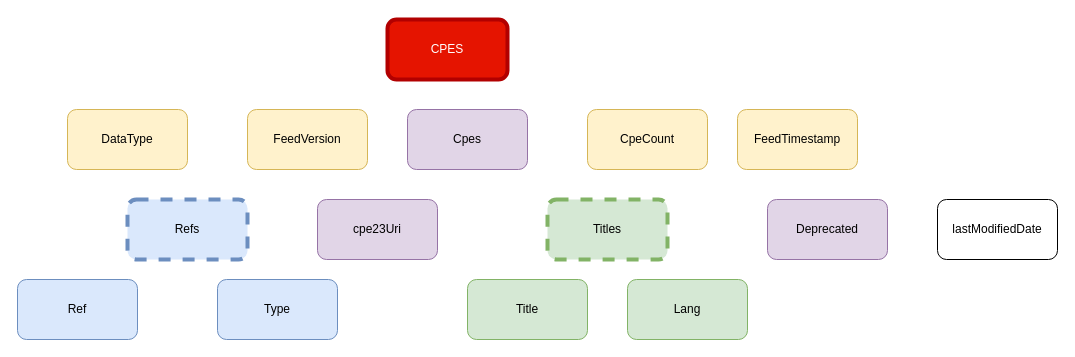
This is CPES_def.drawio from ivantorrejon98/TFM--IVAN-TORREJON-2022-2023, a draw.io file, before an edit. Source tidied: cells renumbered, new cells numbered last; positions are measured from the earlier drawing's top-left corner, leaving out a move shared by most shapes. Both pictures are drawn from the tidied source at 100%, with x=0, y=0 at pixel (17, 19).
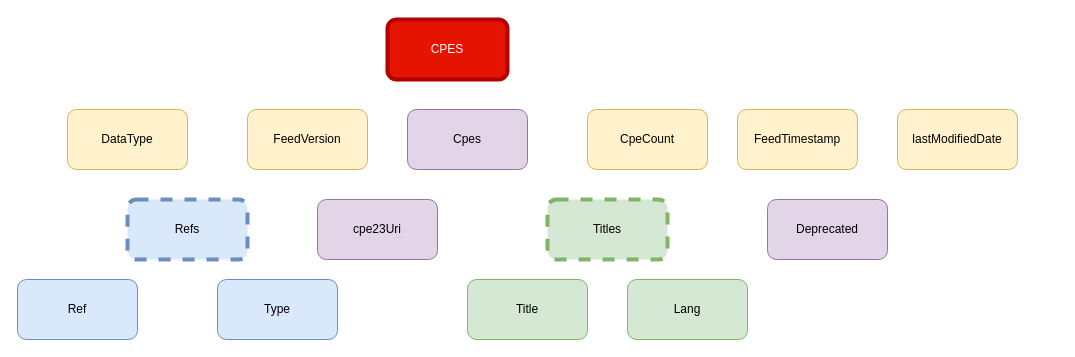
The same page after the edit.

Change to the diagram source:
```diff
@@
 <mxGraphModel>
   <root>
     <mxCell id="0" />
     <mxCell id="1" parent="0" />
     <mxCell id="2" value="CPES" style="rounded=1;whiteSpace=wrap;html=1;strokeWidth=4;fillColor=#e51400;fontColor=#ffffff;strokeColor=#B20000;" parent="1" vertex="1">
       <mxGeometry x="370" width="120" height="60" as="geometry" />
     </mxCell>
     <mxCell id="3" value="FeedTimestamp" style="rounded=1;whiteSpace=wrap;html=1;fillColor=#fff2cc;strokeColor=#d6b656;" parent="1" vertex="1">
       <mxGeometry x="720" y="90" width="120" height="60" as="geometry" />
     </mxCell>
     <mxCell id="4" value="DataType" style="rounded=1;whiteSpace=wrap;html=1;fillColor=#fff2cc;strokeColor=#d6b656;" parent="1" vertex="1">
       <mxGeometry x="50" y="90" width="120" height="60" as="geometry" />
     </mxCell>
     <mxCell id="5" value="FeedVersion" style="rounded=1;whiteSpace=wrap;html=1;fillColor=#fff2cc;strokeColor=#d6b656;" parent="1" vertex="1">
       <mxGeometry x="230" y="90" width="120" height="60" as="geometry" />
     </mxCell>
     <mxCell id="6" value="CpeCount" style="rounded=1;whiteSpace=wrap;html=1;fillColor=#fff2cc;strokeColor=#d6b656;" parent="1" vertex="1">
       <mxGeometry x="570" y="90" width="120" height="60" as="geometry" />
     </mxCell>
     <mxCell id="7" value="Cpes" style="rounded=1;whiteSpace=wrap;html=1;fillColor=#e1d5e7;strokeColor=#9673a6;" parent="1" vertex="1">
       <mxGeometry x="390" y="90" width="120" height="60" as="geometry" />
     </mxCell>
     <mxCell id="8" value="Refs" style="rounded=1;whiteSpace=wrap;html=1;fillColor=#dae8fc;strokeColor=#6c8ebf;dashed=1;strokeWidth=4;" parent="1" vertex="1">
       <mxGeometry x="110" y="180" width="120" height="60" as="geometry" />
     </mxCell>
     <mxCell id="9" value="Titles" style="rounded=1;whiteSpace=wrap;html=1;fillColor=#d5e8d4;strokeColor=#82b366;dashed=1;strokeWidth=4;" parent="1" vertex="1">
       <mxGeometry x="530" y="180" width="120" height="60" as="geometry" />
     </mxCell>
-    <mxCell id="10" value="lastModifiedDate" style="rounded=1;whiteSpace=wrap;html=1;" parent="1" vertex="1">
-      <mxGeometry x="920" y="180" width="120" height="60" as="geometry" />
+    <mxCell id="10" value="lastModifiedDate" style="rounded=1;whiteSpace=wrap;html=1;fillColor=#fff2cc;strokeColor=#d6b656;" parent="1" vertex="1">
+      <mxGeometry x="880" y="90" width="120" height="60" as="geometry" />
     </mxCell>
     <mxCell id="11" value="cpe23Uri" style="rounded=1;whiteSpace=wrap;html=1;fillColor=#e1d5e7;strokeColor=#9673a6;" parent="1" vertex="1">
       <mxGeometry x="300" y="180" width="120" height="60" as="geometry" />
     </mxCell>
     <mxCell id="12" value="Deprecated" style="rounded=1;whiteSpace=wrap;html=1;fillColor=#e1d5e7;strokeColor=#9673a6;" parent="1" vertex="1">
       <mxGeometry x="750" y="180" width="120" height="60" as="geometry" />
     </mxCell>
     <mxCell id="13" value="Title" style="rounded=1;whiteSpace=wrap;html=1;fillColor=#d5e8d4;strokeColor=#82b366;" parent="1" vertex="1">
       <mxGeometry x="450" y="260" width="120" height="60" as="geometry" />
     </mxCell>
     <mxCell id="14" value="Lang" style="rounded=1;whiteSpace=wrap;html=1;fillColor=#d5e8d4;strokeColor=#82b366;" parent="1" vertex="1">
       <mxGeometry x="610" y="260" width="120" height="60" as="geometry" />
     </mxCell>
     <mxCell id="15" value="Ref" style="rounded=1;whiteSpace=wrap;html=1;fillColor=#dae8fc;strokeColor=#6c8ebf;" parent="1" vertex="1">
       <mxGeometry y="260" width="120" height="60" as="geometry" />
     </mxCell>
     <mxCell id="16" value="Type" style="rounded=1;whiteSpace=wrap;html=1;fillColor=#dae8fc;strokeColor=#6c8ebf;" parent="1" vertex="1">
       <mxGeometry x="200" y="260" width="120" height="60" as="geometry" />
     </mxCell>
   </root>
 </mxGraphModel>
```
